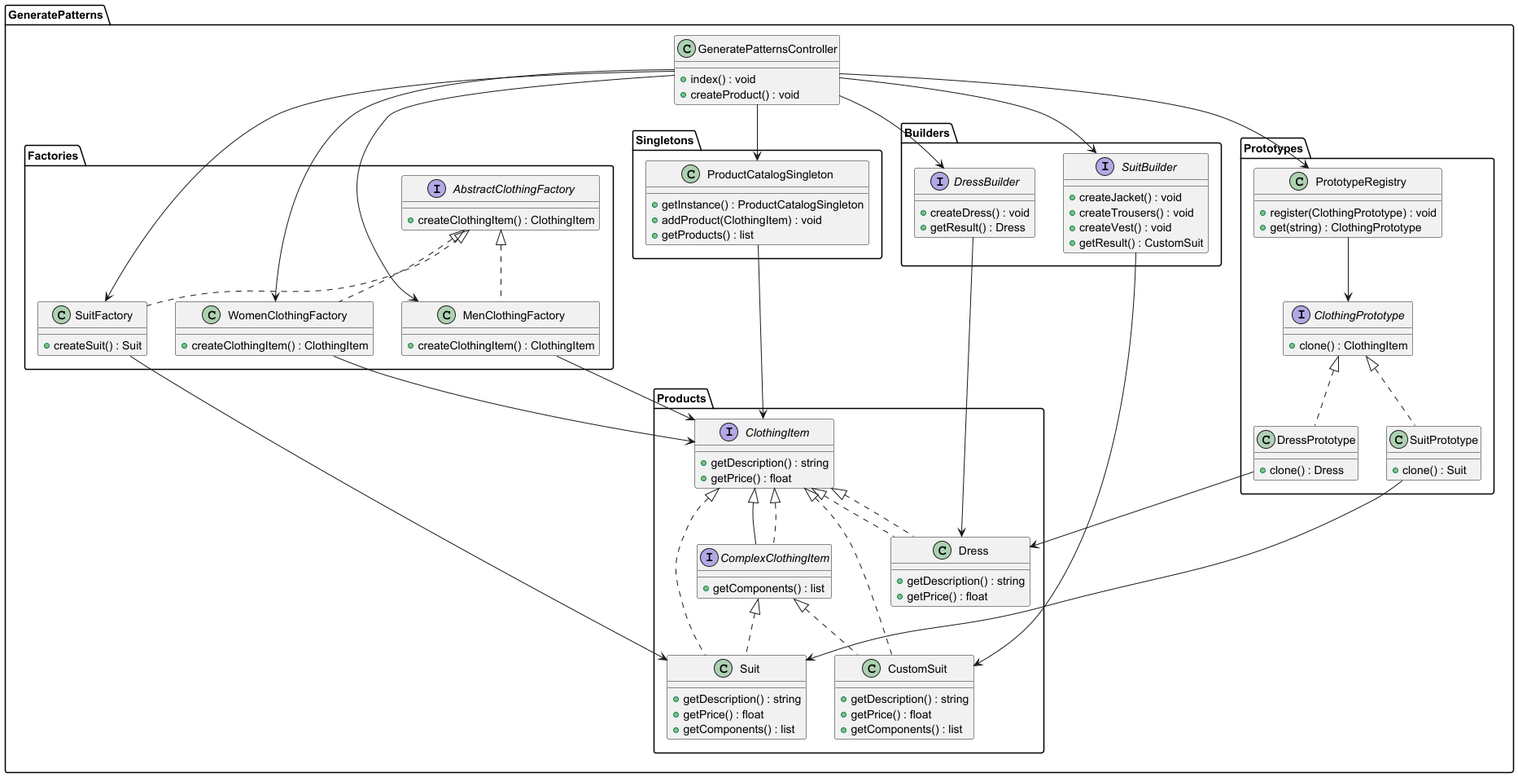
Above: GeneratePatterns/uml.png in smetaniny/design-patterns (PlantUML), before the change.
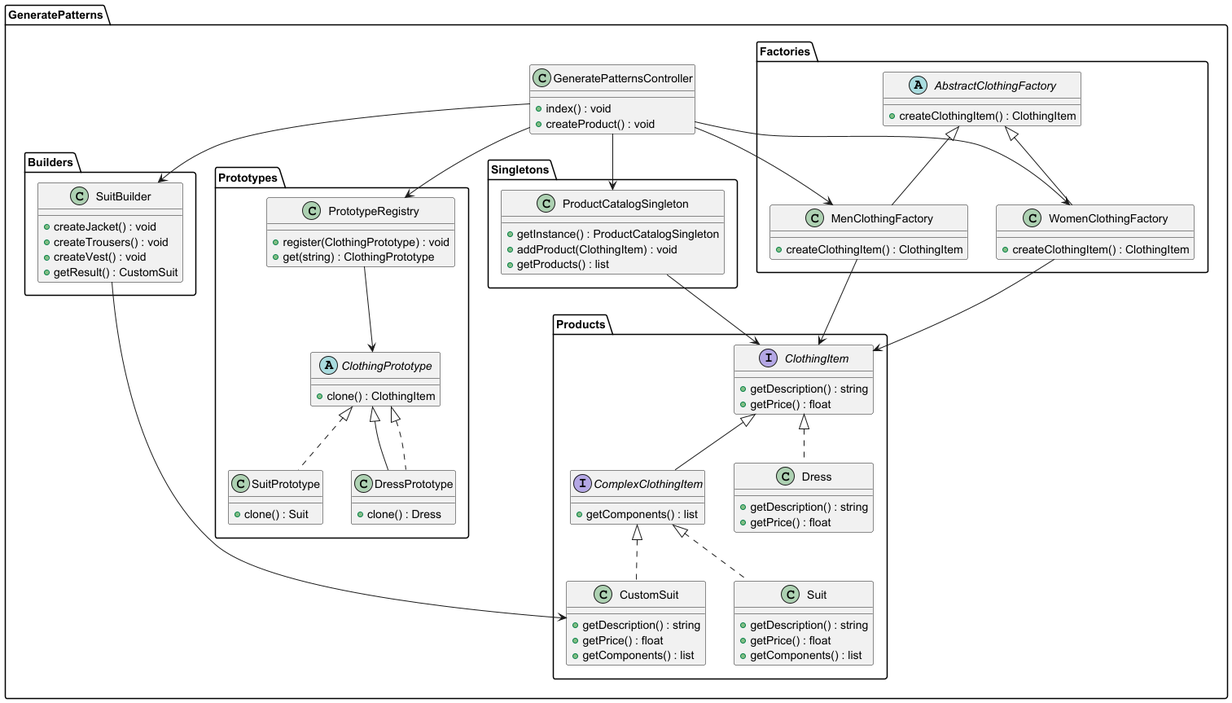
After the change.

The edit, as a diff of the source:
```diff
@@ -5,40 +5,26 @@
 !define Prototype interface
 
 package GeneratePatterns {
-
   package Factories {
-    AbstractFactory AbstractClothingFactory {
+    abstract class AbstractClothingFactory  {
       + createClothingItem() : ClothingItem
     }
 
-    class MenClothingFactory {
+    class MenClothingFactory extends AbstractClothingFactory {
       + createClothingItem() : ClothingItem
     }
 
-    class WomenClothingFactory {
+    class WomenClothingFactory extends AbstractClothingFactory {
       + createClothingItem() : ClothingItem
     }
-
-    class SuitFactory {
-      + createSuit() : Suit
-    }
-
-    AbstractClothingFactory <|.. MenClothingFactory
-    AbstractClothingFactory <|.. WomenClothingFactory
-    AbstractClothingFactory <|.. SuitFactory
   }
 
   package Builders {
-    Builder SuitBuilder {
+    class SuitBuilder {
       + createJacket() : void
       + createTrousers() : void
       + createVest() : void
       + getResult() : CustomSuit
-    }
-
-    Builder DressBuilder {
-      + createDress() : void
-      + getResult() : Dress
     }
   }
 
@@ -68,15 +54,10 @@
       + getPrice() : float
       + getComponents() : list
     }
-
-    ClothingItem <|.. ComplexClothingItem
-    ClothingItem <|.. Suit
-    ClothingItem <|.. Dress
-    ClothingItem <|.. CustomSuit
   }
 
   package Prototypes {
-    Prototype ClothingPrototype {
+    abstract ClothingPrototype {
       + clone() : ClothingItem
     }
 
@@ -84,7 +65,7 @@
       + clone() : Suit
     }
 
-    class DressPrototype {
+    class DressPrototype extends ClothingPrototype {
       + clone() : Dress
     }
 
@@ -112,20 +93,14 @@
 
   GeneratePatternsController --> MenClothingFactory
   GeneratePatternsController --> WomenClothingFactory
-  GeneratePatternsController --> SuitFactory
   GeneratePatternsController --> SuitBuilder
-  GeneratePatternsController --> DressBuilder
   GeneratePatternsController --> ProductCatalogSingleton
   GeneratePatternsController --> PrototypeRegistry
 
 
-  SuitFactory --> Suit
   MenClothingFactory --> ClothingItem
   WomenClothingFactory --> ClothingItem
   SuitBuilder --> CustomSuit
-  DressBuilder --> Dress
-  SuitPrototype --> Suit
-  DressPrototype --> Dress
   ProductCatalogSingleton --> ClothingItem
   PrototypeRegistry --> ClothingPrototype
 }
```
